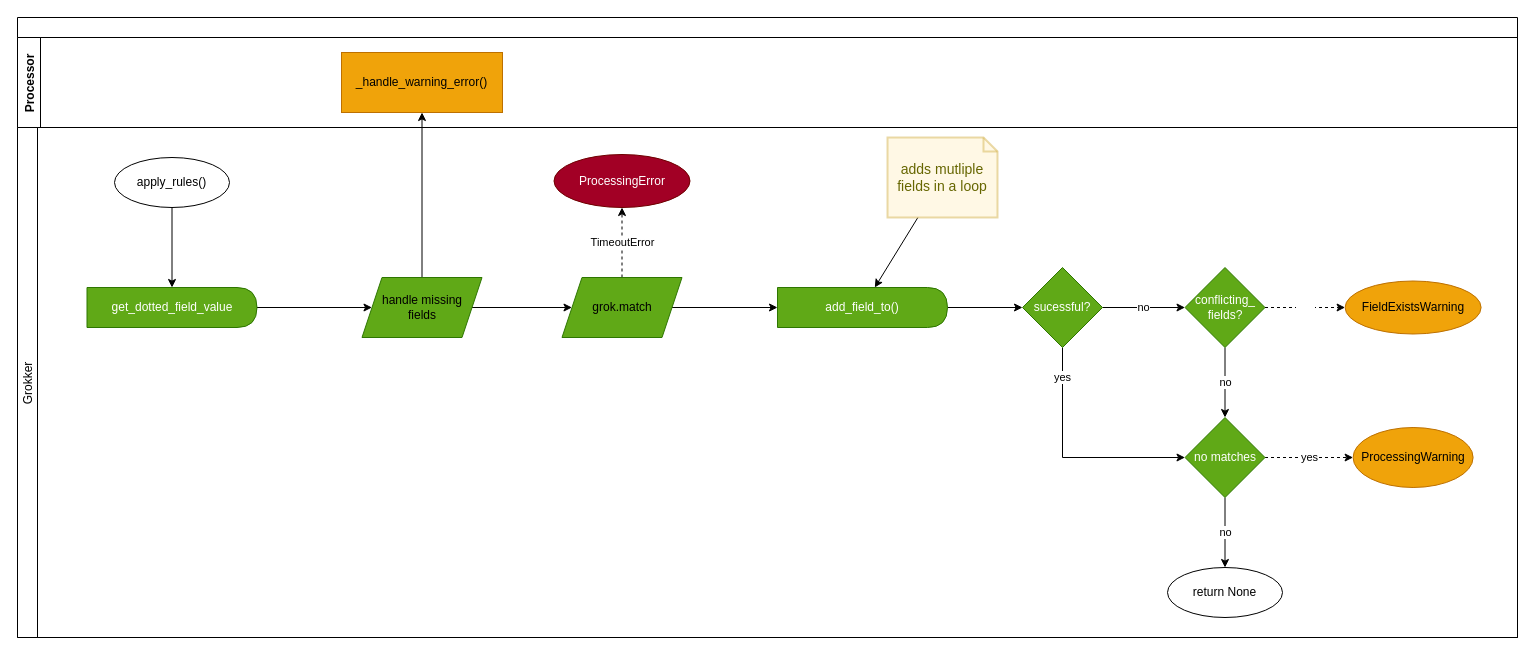
The draw.io diagram page "Grokker" (15 of 30) of doc/source/development/architecture/diagramms/process.drawio in fkie-cad/Logprep, before the edit. Source tidied: cells renumbered, new cells numbered last; positions are measured from the earlier drawing's top-left corner, leaving out a move shared by most shapes. Both pictures are drawn from the tidied source at 100%, with x=0, y=0 at pixel (17, 17).
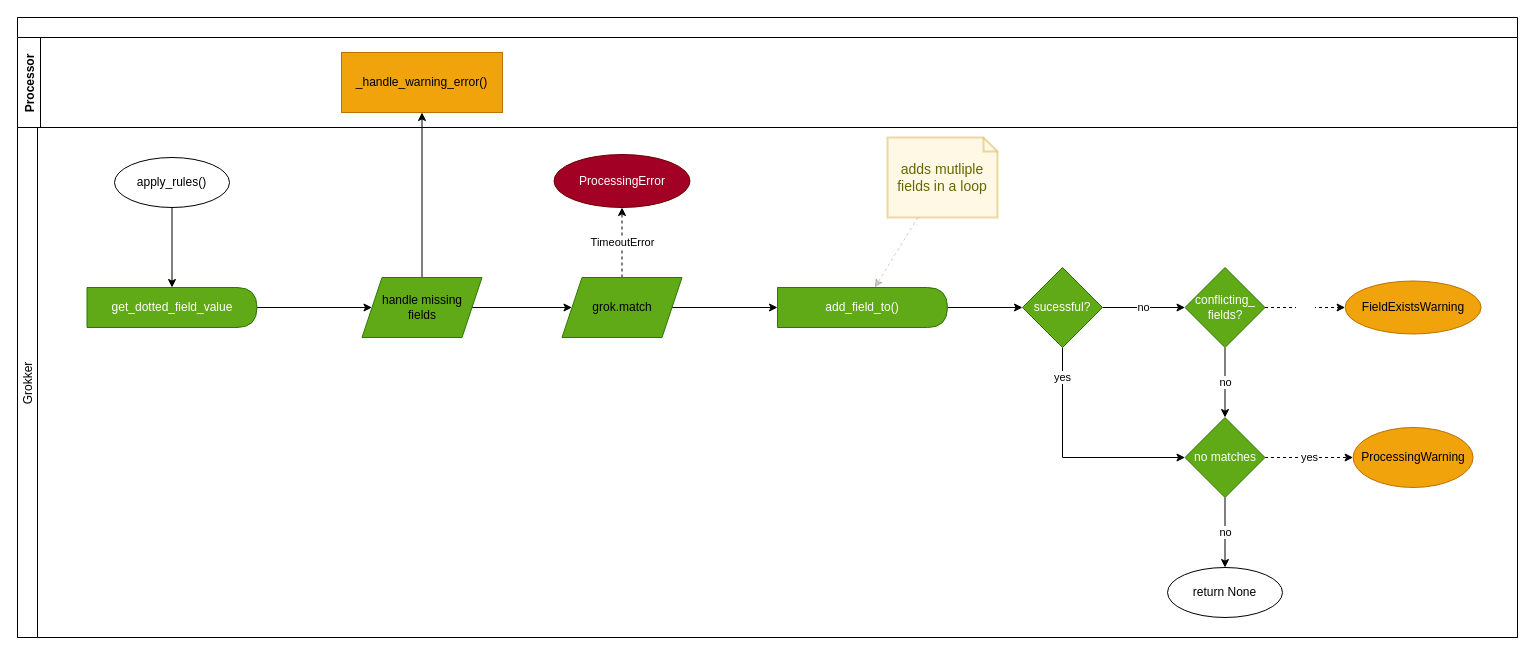
The same page after the edit.

The change refers to these unchanged cells:
```xml
<mxCell id="6" value="Grokker" style="swimlane;startSize=20;horizontal=0;fontStyle=0;" parent="2" vertex="1">
  <mxGeometry y="110" width="1500" height="510" as="geometry" />
</mxCell>
<mxCell id="26" value="&lt;span style=&quot;color: rgb(255, 255, 255);&quot;&gt;add_field_to()&lt;/span&gt;" style="shape=delay;whiteSpace=wrap;html=1;fillColor=#60a917;fontColor=default;strokeColor=#2D7600;rounded=0;" parent="6" vertex="1">
  <mxGeometry x="760" y="160" width="170" height="40" as="geometry" />
</mxCell>
<mxCell id="32" value="adds mutliple fields in a loop" style="shape=note;strokeWidth=2;fontSize=14;size=14;whiteSpace=wrap;html=1;fillColor=#fff2cc;strokeColor=#d6b656;fontColor=#666600;opacity=50;" parent="6" vertex="1">
  <mxGeometry x="870" y="10" width="110" height="80" as="geometry" />
</mxCell>
```

Diff of the diagram source:
```diff
@@
-    <mxCell id="31" style="rounded=0;jettySize=auto;html=1;" parent="6" edge="1" source="32" target="26">
+    <mxCell id="31" style="rounded=0;jettySize=auto;html=1;dashed=1;opacity=20;" parent="6" edge="1" source="32" target="26">
       <mxGeometry relative="1" as="geometry" />
     </mxCell>
```
